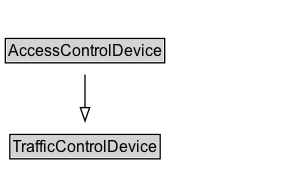
Earlier version of the Graphviz export docs/diagrams/AccessControlDevice.dot.png (k-vaughn/ontology-its-regulation). Its source is kept beside it as docs/diagrams/AccessControlDevice.dot.
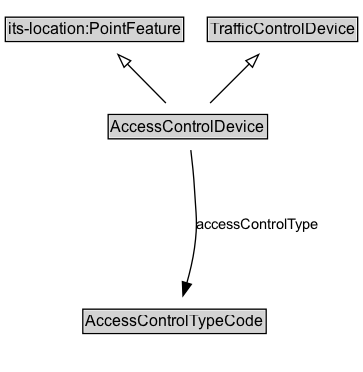
The same diagram one commit later.

Change to the diagram source:
```diff
@@ -2,6 +2,11 @@
 	graph [overlap=false rankdir=TB splines=true]
 	node [fontname=Arial fontsize=12 margin=0 shape=none]
 	edge [fontname=Arial fontsize=11]
+	{
+		rank=source
+		"its-location_PointFeature" [label=<<TABLE BORDER="1" CELLBORDER="0" CELLSPACING="0" CELLPADDING="1"><TR><TD BGCOLOR="lightgray" ALIGN="CENTER">its-location:PointFeature</TD></TR></TABLE>> URL="https://w3id.org/itsdata/location/v1/PointFeature" margin=0]
+		TrafficControlDevice [label=<<TABLE BORDER="1" CELLBORDER="0" CELLSPACING="0" CELLPADDING="1"><TR><TD BGCOLOR="lightgray" ALIGN="CENTER">TrafficControlDevice</TD></TR></TABLE>> URL="../TrafficControlDevice" margin=0]
+	}
 	AccessControlDevice [label=<<TABLE BORDER="1" CELLBORDER="0" CELLSPACING="0" CELLPADDING="1"><TR><TD BGCOLOR="lightgray" ALIGN="CENTER">AccessControlDevice</TD></TR></TABLE>> URL="../AccessControlDevice" margin=0]
 	{
 		rank=max
@@ -9,7 +14,12 @@
 	subgraph cluster_associated {
 		label="" style=invis
 		Invis [label=<<TABLE BORDER="0" CELLBORDER="0" CELLSPACING="0" CELLPADDING="1"><TR><TD></TD></TR></TABLE>> margin=0 style=invis]
+		AccessControlTypeCode [label=<<TABLE BORDER="1" CELLBORDER="0" CELLSPACING="0" CELLPADDING="1"><TR><TD BGCOLOR="lightgray" ALIGN="CENTER">AccessControlTypeCode</TD></TR></TABLE>> URL="../AccessControlTypeCode" margin=0]
 	}
-	TrafficControlDevice [label=<<TABLE BORDER="1" CELLBORDER="0" CELLSPACING="0" CELLPADDING="1"><TR><TD BGCOLOR="lightgray" ALIGN="CENTER">TrafficControlDevice</TD></TR></TABLE>> URL="../TrafficControlDevice" margin=0]
+	AccessControlDevice -> "its-location_PointFeature" [arrowhead=onormal style=solid]
 	AccessControlDevice -> TrafficControlDevice [arrowhead=onormal style=solid]
+	AccessControlDevice -> Invis [style=invis]
+	Invis -> AccessControlTypeCode [style=invis]
+	AccessControlTypeCode [label=<<TABLE BORDER="1" CELLBORDER="0" CELLSPACING="0" CELLPADDING="1"><TR><TD BGCOLOR="lightgray" ALIGN="CENTER">AccessControlTypeCode</TD></TR></TABLE>> URL="../AccessControlTypeCode" margin=0]
+	AccessControlDevice -> AccessControlTypeCode [label=accessControlType arrowhead=normal style=solid]
 }
```
